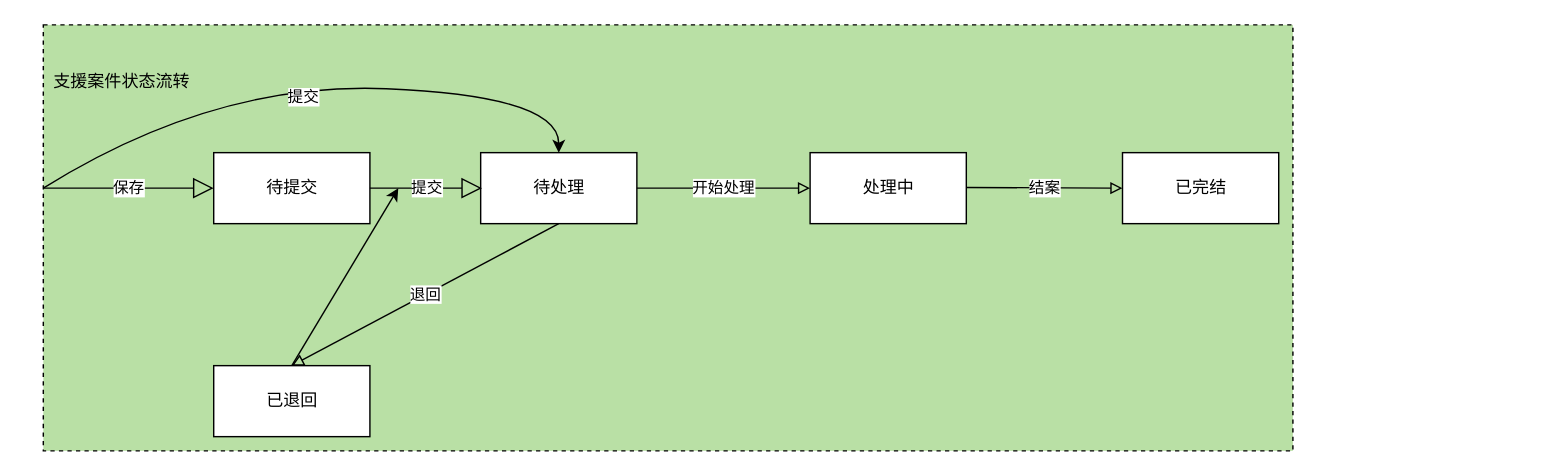
Above: page "大小部屋事件设计" (8 of 11) of images/支援案件时序图.drawio in 1132489442/designer (draw.io), before the change. Source tidied: cells renumbered, new cells numbered last; positions are measured from the earlier drawing's top-left corner, leaving out a move shared by most shapes. Both pictures are drawn from the tidied source at 142%, with x=0, y=0 at pixel (43, 24).
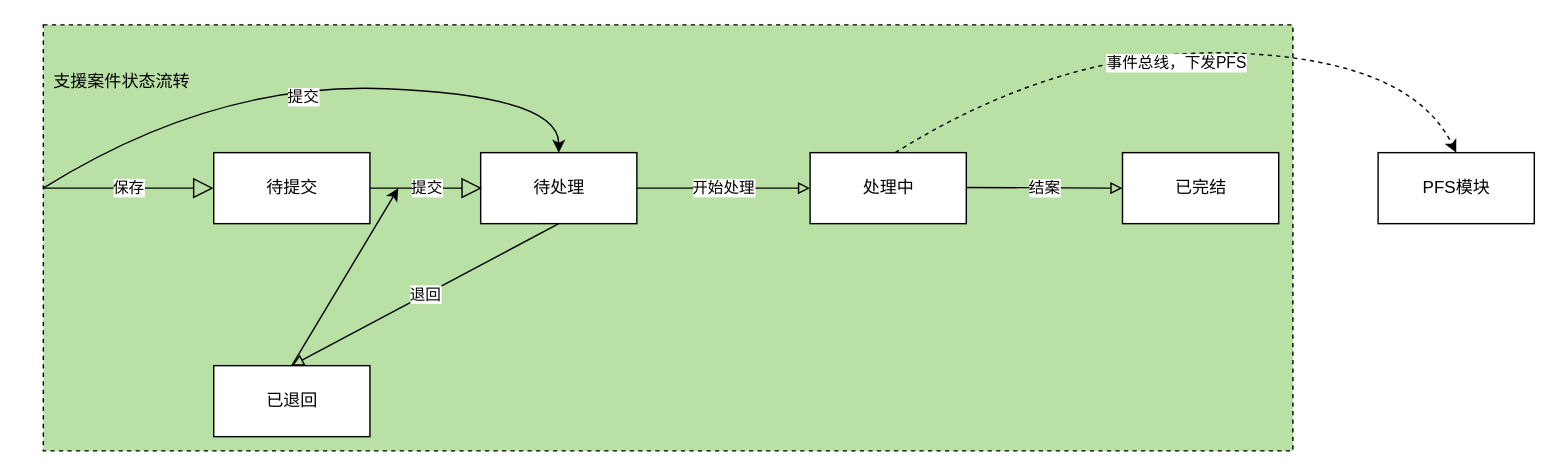
The same diagram, later.

The edit, as a diff of the source:
```diff
@@
+    <mxCell id="17" value="PFS模块" style="html=1;" parent="1" vertex="1">
+      <mxGeometry x="940" y="90" width="110" height="50" as="geometry" />
+    </mxCell>
+    <mxCell id="18" style="curved=1;endArrow=classic;html=1;rounded=0;entryX=0.5;entryY=0;entryDx=0;entryDy=0;dashed=1;" parent="1" edge="1" target="17">
+      <mxGeometry relative="1" as="geometry">
+        <mxPoint x="600" y="90" as="sourcePoint" />
+        <Array as="points">
+          <mxPoint x="720" y="15" />
+          <mxPoint x="963" y="25" />
+        </Array>
+      </mxGeometry>
+    </mxCell>
+    <mxCell id="19" value="事件总线，下发PFS" style="edgeLabel;html=1;align=center;verticalAlign=middle;" parent="18" vertex="1">
+      <mxGeometry x="-0.04" y="-7" relative="1" as="geometry">
+        <mxPoint y="1" as="offset" />
+      </mxGeometry>
+    </mxCell>
```
